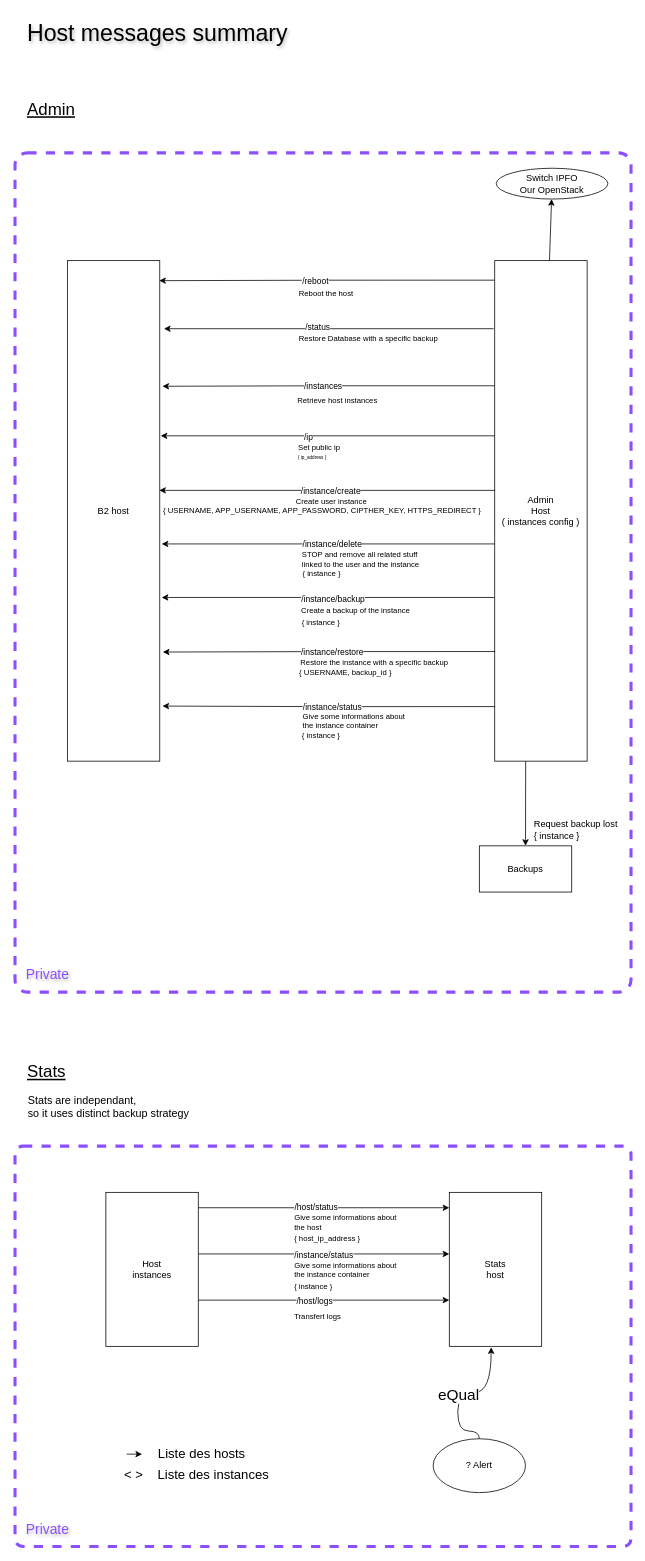
Before: doc/Host messages summary.drawio in yesbabylon/b2, a draw.io diagram. Source tidied: cells renumbered, new cells numbered last; positions are measured from the earlier drawing's top-left corner, leaving out a move shared by most shapes. Both pictures are drawn from the tidied source at 77%, with x=0, y=0 at pixel (15, 13).
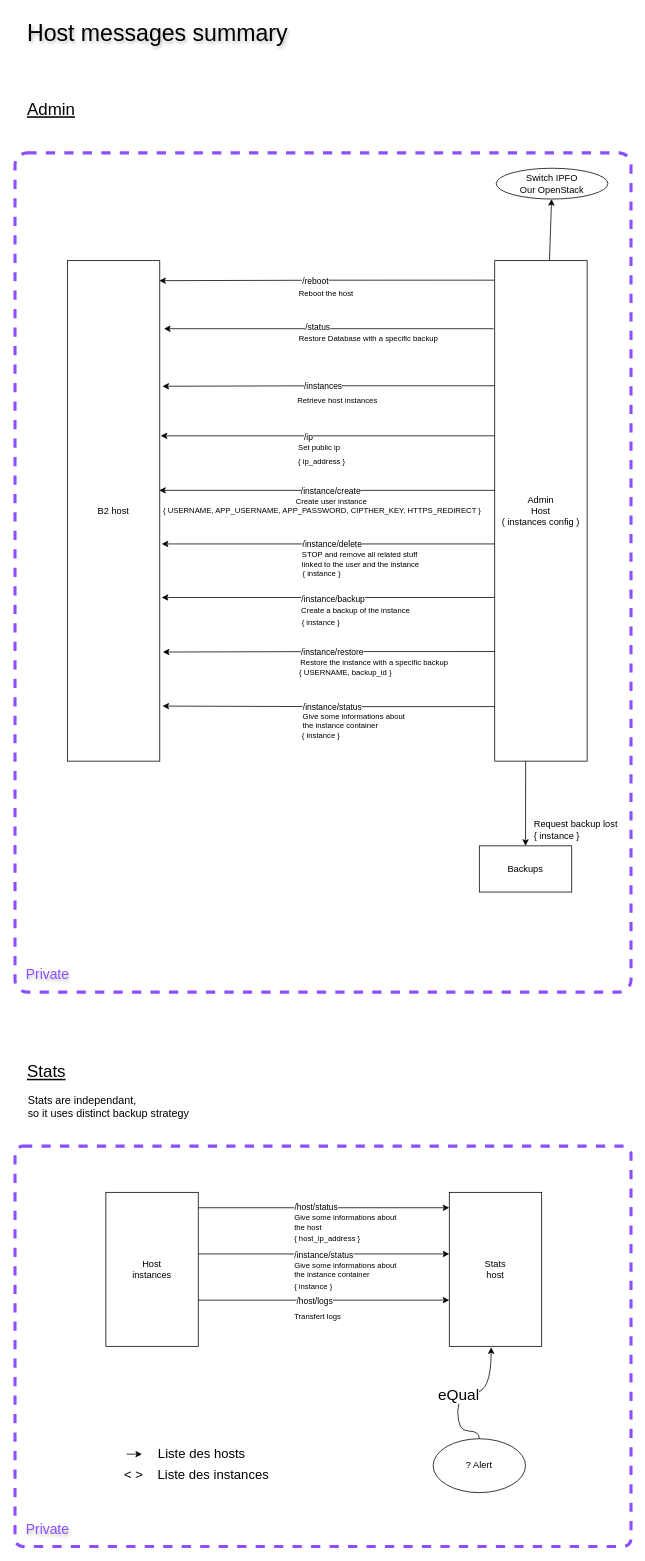
The same diagram, later.

Diff of the diagram source:
```diff
@@
-    <mxCell id="38" value="&lt;font style=&quot;font-size: 6px;&quot;&gt;{ ip_address }&lt;/font&gt;" style="text;html=1;align=left;verticalAlign=middle;strokeColor=none;fillColor=none;fontSize=10;" parent="1" vertex="1">
-      <mxGeometry x="366" y="560" width="60" height="30" as="geometry" />
+    <mxCell id="38" value="&lt;font style=&quot;font-size: 10px;&quot;&gt;{ ip_address }&lt;/font&gt;" style="text;html=1;align=left;verticalAlign=middle;strokeColor=none;fillColor=none;fontSize=10;" parent="1" vertex="1">
+      <mxGeometry x="366" y="566" width="80" height="30" as="geometry" />
     </mxCell>
```
